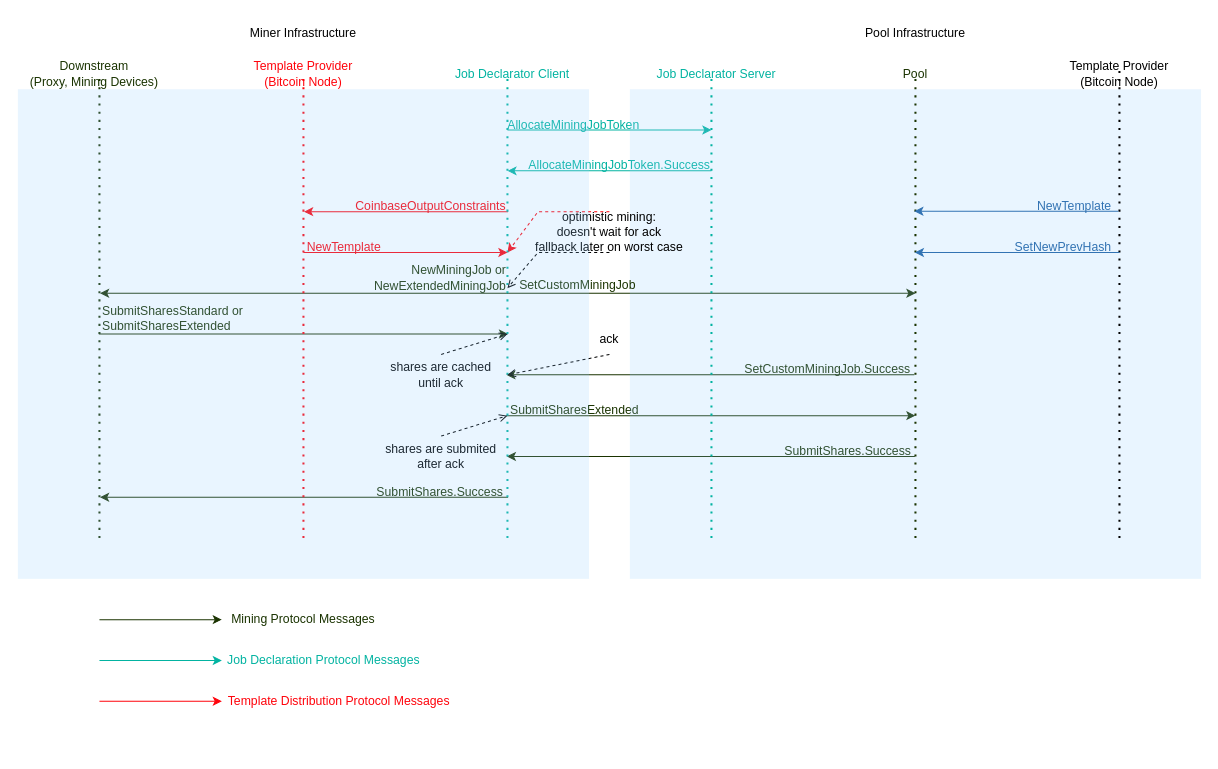
This is img/drawio/jd_coinbase_mode.drawio.xml from stratum-mining/sv2-spec, a draw.io file, before an edit. Source tidied: cells renumbered, new cells numbered last; positions are measured from the earlier drawing's top-left corner, leaving out a move shared by most shapes. Both pictures are drawn from the tidied source at 102%, with x=0, y=0 at pixel (17, 17).
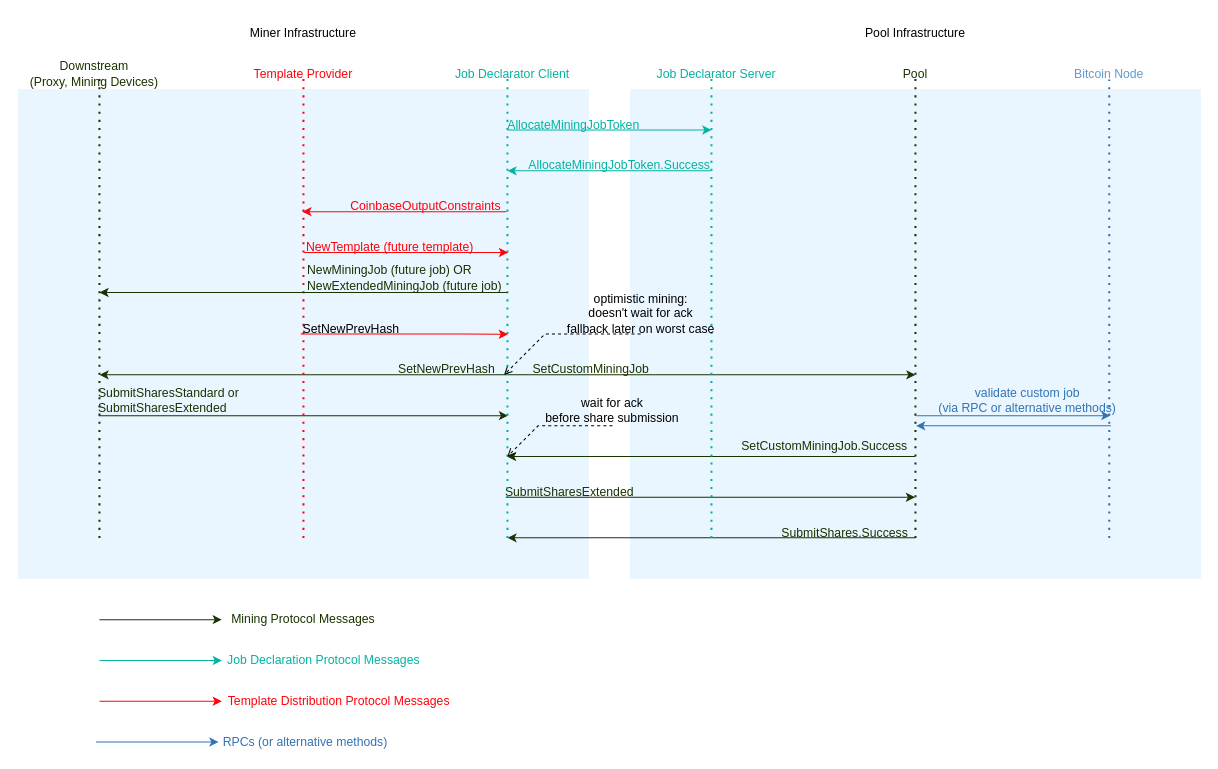
Above is the later version.

Commit message (it also covers changes not shown here):
redraw Job Declaration diagrams for protocol accuracy

What changed in the source:
```diff
@@
+    <mxCell id="37" style="rounded=0;whiteSpace=wrap;html=1;opacity=20;fillColor=#91CCFF;strokeColor=none;" parent="1" vertex="1">
+      <mxGeometry x="600" y="70" width="560" height="480" as="geometry" />
+    </mxCell>
+    <mxCell id="57" style="rounded=0;whiteSpace=wrap;html=1;opacity=20;fillColor=#91CCFF;strokeColor=none;" parent="1" vertex="1">
+      <mxGeometry y="70" width="560" height="480" as="geometry" />
+    </mxCell>
@@
-    <mxCell id="3" value="&lt;font color=&quot;#ff030b&quot;&gt;Template Provider&lt;/font&gt;&lt;div&gt;&lt;font color=&quot;#ff030b&quot;&gt;(Bitcoin Node)&lt;/font&gt;&lt;/div&gt;" style="text;html=1;align=center;verticalAlign=middle;whiteSpace=wrap;rounded=0;" parent="1" vertex="1">
+    <mxCell id="3" value="&lt;font color=&quot;#ff030b&quot;&gt;Template Provider&lt;/font&gt;" style="text;html=1;align=center;verticalAlign=middle;whiteSpace=wrap;rounded=0;" parent="1" vertex="1">
       <mxGeometry x="210" y="35" width="140" height="40" as="geometry" />
     </mxCell>
@@
-    <mxCell id="7" value="&lt;font style=&quot;color: light-dark(rgb(0, 0, 0), rgb(255, 142, 149));&quot;&gt;Template Provider&lt;/font&gt;&lt;div&gt;&lt;font style=&quot;color: light-dark(rgb(0, 0, 0), rgb(255, 142, 149));&quot;&gt;(Bitcoin Node)&lt;/font&gt;&lt;/div&gt;" style="text;html=1;align=center;verticalAlign=middle;whiteSpace=wrap;rounded=0;" parent="1" vertex="1">
-      <mxGeometry x="1020" y="40" width="120" height="30" as="geometry" />
-    </mxCell>
     <mxCell id="8" style="endArrow=classic;html=1;rounded=0;strokeColor=#FF030B;" parent="1" edge="1">
       <mxGeometry relative="1" as="geometry">
-        <mxPoint x="480.6" y="190" as="sourcePoint" />
-        <mxPoint x="280.6" y="190" as="targetPoint" />
+        <mxPoint x="478.9" y="190" as="sourcePoint" />
+        <mxPoint x="278.9" y="190" as="targetPoint" />
       </mxGeometry>
     </mxCell>
     <mxCell id="9" value="&lt;font color=&quot;#ff030b&quot;&gt;CoinbaseOutputConstraints&lt;/font&gt;" style="text;html=1;align=center;verticalAlign=middle;whiteSpace=wrap;rounded=0;" parent="1" vertex="1">
-      <mxGeometry x="335" y="170" width="140" height="30" as="geometry" />
+      <mxGeometry x="330" y="170" width="140" height="30" as="geometry" />
     </mxCell>
-    <mxCell id="10" style="endArrow=classic;html=1;rounded=0;strokeColor=#02B3A1;" parent="1" edge="1">
-      <mxGeometry relative="1" as="geometry">
-        <mxPoint x="480" y="110" as="sourcePoint" />
-        <mxPoint x="680" y="110" as="targetPoint" />
-      </mxGeometry>
-    </mxCell>
-    <mxCell id="11" value="&lt;font color=&quot;#02b3a1&quot;&gt;AllocateMiningJobToken&lt;/font&gt;" style="text;html=1;align=center;verticalAlign=middle;whiteSpace=wrap;rounded=0;" parent="1" vertex="1">
-      <mxGeometry x="470" y="90" width="150" height="30" as="geometry" />
-    </mxCell>
-    <mxCell id="12" style="endArrow=classic;html=1;rounded=0;strokeColor=#02B3A1;" parent="1" edge="1">
-      <mxGeometry relative="1" as="geometry">
-        <mxPoint x="680" y="150" as="sourcePoint" />
-        <mxPoint x="480" y="150" as="targetPoint" />
-      </mxGeometry>
-    </mxCell>
-    <mxCell id="13" value="&lt;font color=&quot;#02b3a1&quot;&gt;AllocateMiningJobToken.Success&lt;/font&gt;" style="text;html=1;align=center;verticalAlign=middle;whiteSpace=wrap;rounded=0;" parent="1" vertex="1">
-      <mxGeometry x="500" y="130" width="180" height="30" as="geometry" />
-    </mxCell>
-    <mxCell id="14" style="endArrow=classic;html=1;rounded=0;strokeColor=light-dark(#FF030B,#FFFFFF);dashed=1;exitX=0.5;exitY=0;exitDx=0;exitDy=0;" parent="1" edge="1" source="45">
-      <mxGeometry relative="1" as="geometry">
-        <mxPoint x="480" y="230" as="targetPoint" />
-        <Array as="points">
-          <mxPoint x="510" y="190" />
-        </Array>
-      </mxGeometry>
-    </mxCell>
-    <mxCell id="15" value="&lt;font color=&quot;#ff030b&quot;&gt;NewTemplate&lt;/font&gt;" style="text;html=1;align=center;verticalAlign=middle;whiteSpace=wrap;rounded=0;" parent="1" vertex="1">
-      <mxGeometry x="280" y="210" width="80" height="30" as="geometry" />
+    <mxCell id="15" value="&lt;font color=&quot;#ff030b&quot;&gt;NewTemplate (future template)&lt;/font&gt;" style="text;html=1;align=center;verticalAlign=middle;whiteSpace=wrap;rounded=0;" parent="1" vertex="1">
+      <mxGeometry x="275" y="210" width="180" height="30" as="geometry" />
     </mxCell>
     <mxCell id="16" style="endArrow=classic;html=1;rounded=0;strokeColor=#1A3300;" parent="1" edge="1">
       <mxGeometry relative="1" as="geometry">
-        <mxPoint x="480" y="270" as="sourcePoint" />
-        <mxPoint x="880" y="270" as="targetPoint" />
+        <mxPoint x="475.6" y="350" as="sourcePoint" />
+        <mxPoint x="880" y="350" as="targetPoint" />
       </mxGeometry>
     </mxCell>
     <mxCell id="17" style="endArrow=classic;html=1;rounded=0;strokeColor=#1A3300;" parent="1" edge="1">
       <mxGeometry relative="1" as="geometry">
-        <mxPoint x="878.9" y="350" as="sourcePoint" />
-        <mxPoint x="478.9" y="350" as="targetPoint" />
+        <mxPoint x="879.6" y="430" as="sourcePoint" />
+        <mxPoint x="479.6" y="430" as="targetPoint" />
       </mxGeometry>
     </mxCell>
     <mxCell id="18" value="&lt;font color=&quot;#1a3300&quot;&gt;SetCustomMiningJob.Success&lt;/font&gt;" style="text;html=1;align=center;verticalAlign=middle;whiteSpace=wrap;rounded=0;" parent="1" vertex="1">
-      <mxGeometry x="708.9" y="330" width="170" height="30" as="geometry" />
+      <mxGeometry x="705.6" y="405" width="170" height="30" as="geometry" />
     </mxCell>
     <mxCell id="19" style="endArrow=classic;html=1;rounded=0;strokeColor=#1A3300;" parent="1" edge="1">
       <mxGeometry relative="1" as="geometry">
-        <mxPoint x="480.6" y="270" as="sourcePoint" />
-        <mxPoint x="80.6" y="270" as="targetPoint" />
+        <mxPoint x="475.6" y="350" as="sourcePoint" />
+        <mxPoint x="80" y="350" as="targetPoint" />
       </mxGeometry>
     </mxCell>
-    <mxCell id="20" value="&lt;font color=&quot;#1a3300&quot;&gt;NewMiningJob or&lt;/font&gt;&lt;div&gt;&lt;font color=&quot;#1a3300&quot;&gt;NewExtendedMiningJob&lt;/font&gt;&lt;/div&gt;" style="text;html=1;align=right;verticalAlign=middle;whiteSpace=wrap;rounded=0;" parent="1" vertex="1">
-      <mxGeometry x="270.6" y="240" width="210" height="30" as="geometry" />
+    <mxCell id="20" value="&lt;div&gt;&lt;font color=&quot;#1a3300&quot;&gt;SetNewPrevHash&lt;/font&gt;&lt;/div&gt;" style="text;html=1;align=right;verticalAlign=middle;whiteSpace=wrap;rounded=0;" parent="1" vertex="1">
+      <mxGeometry x="260" y="330" width="210" height="30" as="geometry" />
     </mxCell>
     <mxCell id="21" style="endArrow=classic;html=1;rounded=0;strokeColor=#1A3300;" parent="1" edge="1">
       <mxGeometry relative="1" as="geometry">
-        <mxPoint x="79.4" y="310" as="sourcePoint" />
-        <mxPoint x="480.6" y="310" as="targetPoint" />
+        <mxPoint x="79.4" y="390" as="sourcePoint" />
+        <mxPoint x="480.6" y="390" as="targetPoint" />
       </mxGeometry>
     </mxCell>
     <mxCell id="22" value="&lt;font color=&quot;#1a3300&quot;&gt;SubmitSharesStandard or&lt;/font&gt;&lt;div&gt;&lt;font color=&quot;#1a3300&quot;&gt;SubmitSharesExtended&lt;/font&gt;&lt;/div&gt;" style="text;html=1;align=left;verticalAlign=middle;whiteSpace=wrap;rounded=0;" parent="1" vertex="1">
-      <mxGeometry x="80.6" y="280" width="200" height="30" as="geometry" />
+      <mxGeometry x="76.7" y="360" width="200" height="30" as="geometry" />
     </mxCell>
     <mxCell id="23" style="endArrow=classic;html=1;rounded=0;strokeColor=#1A3300;" parent="1" edge="1">
       <mxGeometry relative="1" as="geometry">
-        <mxPoint x="478.9" y="390" as="sourcePoint" />
-        <mxPoint x="880" y="390" as="targetPoint" />
+        <mxPoint x="478.4" y="470" as="sourcePoint" />
+        <mxPoint x="879.6" y="470" as="targetPoint" />
       </mxGeometry>
     </mxCell>
     <mxCell id="24" value="&lt;div&gt;&lt;font color=&quot;#1a3300&quot;&gt;SubmitSharesExtended&lt;/font&gt;&lt;/div&gt;" style="text;html=1;align=left;verticalAlign=middle;whiteSpace=wrap;rounded=0;" parent="1" vertex="1">
-      <mxGeometry x="480.6" y="370" width="170" height="30" as="geometry" />
+      <mxGeometry x="476.1" y="450" width="170" height="30" as="geometry" />
     </mxCell>
     <mxCell id="25" style="endArrow=classic;html=1;rounded=0;strokeColor=#1A3300;" parent="1" edge="1">
       <mxGeometry relative="1" as="geometry">
-        <mxPoint x="879.4" y="430" as="sourcePoint" />
-        <mxPoint x="479.4" y="430" as="targetPoint" />
+        <mxPoint x="880" y="509.8" as="sourcePoint" />
+        <mxPoint x="480" y="509.8" as="targetPoint" />
       </mxGeometry>
     </mxCell>
     <mxCell id="26" value="&lt;font color=&quot;#1a3300&quot;&gt;SubmitShares.Success&lt;/font&gt;" style="text;html=1;align=center;verticalAlign=middle;whiteSpace=wrap;rounded=0;" parent="1" vertex="1">
-      <mxGeometry x="749.4" y="410" width="130" height="30" as="geometry" />
+      <mxGeometry x="745.6" y="490" width="130" height="30" as="geometry" />
     </mxCell>
-    <mxCell id="27" style="endArrow=classic;html=1;rounded=0;strokeColor=#1A3300;" parent="1" edge="1">
-      <mxGeometry relative="1" as="geometry">
-        <mxPoint x="480.6" y="470" as="sourcePoint" />
-        <mxPoint x="80.6" y="470" as="targetPoint" />
-      </mxGeometry>
-    </mxCell>
-    <mxCell id="28" value="&lt;font color=&quot;#1a3300&quot;&gt;SubmitShares.Success&lt;/font&gt;" style="text;html=1;align=center;verticalAlign=middle;whiteSpace=wrap;rounded=0;" parent="1" vertex="1">
-      <mxGeometry x="348.9" y="450" width="130" height="30" as="geometry" />
-    </mxCell>
@@
-    <mxCell id="37" style="rounded=0;whiteSpace=wrap;html=1;opacity=20;fillColor=#91CCFF;strokeColor=none;" parent="1" vertex="1">
-      <mxGeometry x="600" y="70" width="560" height="480" as="geometry" />
-    </mxCell>
@@
-    <mxCell id="43" style="endArrow=none;dashed=1;html=1;dashPattern=1 3;strokeWidth=2;rounded=0;strokeColor=light-dark(#000000,#FF8E95);" parent="1" edge="1">
-      <mxGeometry relative="1" as="geometry">
-        <mxPoint x="1080" y="510" as="sourcePoint" />
-        <mxPoint x="1080" y="50" as="targetPoint" />
-      </mxGeometry>
-    </mxCell>
     <mxCell id="44" style="rounded=0;jettySize=auto;html=1;exitX=0.5;exitY=1;exitDx=0;exitDy=0;dashed=1;endArrow=open;endFill=0;" parent="1" edge="1" source="45">
       <mxGeometry relative="1" as="geometry">
-        <mxPoint x="480" y="265" as="targetPoint" />
+        <mxPoint x="476.7" y="350" as="targetPoint" />
         <Array as="points">
-          <mxPoint x="510" y="230" />
+          <mxPoint x="516.7" y="310" />
         </Array>
       </mxGeometry>
     </mxCell>
     <mxCell id="45" value="optimistic mining:&lt;div&gt;doesn't wait for ack&lt;/div&gt;&lt;div&gt;fallback later on worst case&lt;/div&gt;" style="text;html=1;align=center;verticalAlign=middle;whiteSpace=wrap;rounded=0;" parent="1" vertex="1">
-      <mxGeometry x="445" y="190" width="270" height="40" as="geometry" />
+      <mxGeometry x="475.6" y="270" width="270" height="40" as="geometry" />
     </mxCell>
-    <mxCell id="46" style="rounded=0;jettySize=auto;html=1;exitX=0.5;exitY=0;exitDx=0;exitDy=0;entryX=0;entryY=0.5;entryDx=0;entryDy=0;dashed=1;endArrow=open;endFill=0;" parent="1" edge="1" source="47">
-      <mxGeometry relative="1" as="geometry">
-        <mxPoint x="480" y="310" as="targetPoint" />
-      </mxGeometry>
-    </mxCell>
-    <mxCell id="47" value="shares are cached&lt;div&gt;until ack&lt;/div&gt;" style="text;html=1;align=center;verticalAlign=middle;whiteSpace=wrap;rounded=0;" parent="1" vertex="1">
-      <mxGeometry x="280" y="330" width="270" height="40" as="geometry" />
-    </mxCell>
-    <mxCell id="48" style="rounded=0;jettySize=auto;html=1;exitX=0.5;exitY=1;exitDx=0;exitDy=0;dashed=1;endArrow=open;endFill=0;entryX=0.741;entryY=0.5;entryDx=0;entryDy=0;entryPerimeter=0;" parent="1" edge="1" source="49" target="47">
-      <mxGeometry relative="1" as="geometry" />
-    </mxCell>
-    <mxCell id="49" value="ack" style="text;html=1;align=center;verticalAlign=middle;whiteSpace=wrap;rounded=0;" parent="1" vertex="1">
-      <mxGeometry x="500" y="300" width="160" height="30" as="geometry" />
-    </mxCell>
-    <mxCell id="50" style="rounded=0;jettySize=auto;html=1;exitX=0.5;exitY=0;exitDx=0;exitDy=0;entryX=0;entryY=0.5;entryDx=0;entryDy=0;dashed=1;endArrow=open;endFill=0;" parent="1" edge="1" source="51">
-      <mxGeometry relative="1" as="geometry">
-        <mxPoint x="480" y="390" as="targetPoint" />
-      </mxGeometry>
-    </mxCell>
-    <mxCell id="51" value="shares are submited&lt;div&gt;after ack&lt;/div&gt;" style="text;html=1;align=center;verticalAlign=middle;whiteSpace=wrap;rounded=0;" parent="1" vertex="1">
-      <mxGeometry x="280" y="410" width="270" height="40" as="geometry" />
-    </mxCell>
     <mxCell id="52" value="&lt;font color=&quot;#1a3300&quot;&gt;SetCustomMiningJob&lt;/font&gt;" style="text;html=1;align=center;verticalAlign=middle;whiteSpace=wrap;rounded=0;" parent="1" vertex="1">
-      <mxGeometry x="479" y="247" width="140" height="30" as="geometry" />
+      <mxGeometry x="492.3" y="330" width="140" height="30" as="geometry" />
     </mxCell>
-    <mxCell id="53" style="endArrow=classic;html=1;rounded=0;strokeColor=light-dark(#3273B3,#FF8E95);" parent="1" edge="1">
-      <mxGeometry relative="1" as="geometry">
-        <mxPoint x="1078.9" y="189.6" as="sourcePoint" />
-        <mxPoint x="878.9" y="189.6" as="targetPoint" />
-      </mxGeometry>
-    </mxCell>
-    <mxCell id="54" value="&lt;font style=&quot;color: light-dark(rgb(50, 115, 179), rgb(255, 142, 149));&quot;&gt;NewTemplate&lt;/font&gt;" style="text;html=1;align=center;verticalAlign=middle;whiteSpace=wrap;rounded=0;" parent="1" vertex="1">
-      <mxGeometry x="990.6" y="170" width="90" height="30" as="geometry" />
-    </mxCell>
     <mxCell id="55" style="endArrow=classic;html=1;rounded=0;strokeColor=#FF030B;" parent="1" edge="1">
       <mxGeometry relative="1" as="geometry">
-        <mxPoint x="280" y="230" as="sourcePoint" />
-        <mxPoint x="480" y="230" as="targetPoint" />
+        <mxPoint x="280.6" y="230" as="sourcePoint" />
+        <mxPoint x="480.6" y="230" as="targetPoint" />
       </mxGeometry>
     </mxCell>
-    <mxCell id="56" style="endArrow=classic;html=1;rounded=0;strokeColor=light-dark(#3273B3,#FF8E95);" parent="1" edge="1">
-      <mxGeometry relative="1" as="geometry">
-        <mxPoint x="1080" y="230" as="sourcePoint" />
-        <mxPoint x="879.4" y="230" as="targetPoint" />
-      </mxGeometry>
-    </mxCell>
-    <mxCell id="57" style="rounded=0;whiteSpace=wrap;html=1;opacity=20;fillColor=#91CCFF;strokeColor=none;" parent="1" vertex="1">
-      <mxGeometry y="70" width="560" height="480" as="geometry" />
-    </mxCell>
+    <mxCell id="59" style="endArrow=none;dashed=1;html=1;dashPattern=1 3;strokeWidth=2;rounded=0;strokeColor=light-dark(#3273B3,#629AD1);" parent="1" edge="1">
+      <mxGeometry relative="1" as="geometry">
+        <mxPoint x="1070" y="510" as="sourcePoint" />
+        <mxPoint x="1070" y="60.5" as="targetPoint" />
+      </mxGeometry>
+    </mxCell>
+    <mxCell id="60" value="&lt;br&gt;&lt;div&gt;&lt;font style=&quot;color: light-dark(rgb(98, 154, 209), rgb(98, 154, 209));&quot;&gt;Bitcoin Node&lt;/font&gt;&lt;/div&gt;" style="text;html=1;align=center;verticalAlign=middle;whiteSpace=wrap;rounded=0;strokeColor=none;" parent="1" vertex="1">
+      <mxGeometry x="1000" y="27" width="140" height="40" as="geometry" />
+    </mxCell>
+    <mxCell id="61" style="endArrow=classic;html=1;rounded=0;strokeColor=#3273B3;" parent="1" edge="1">
+      <mxGeometry relative="1" as="geometry">
+        <mxPoint x="881.1" y="390" as="sourcePoint" />
+        <mxPoint x="1071.1" y="390" as="targetPoint" />
+      </mxGeometry>
+    </mxCell>
+    <mxCell id="62" style="endArrow=classic;html=1;rounded=0;strokeColor=#3273B3;" parent="1" edge="1">
+      <mxGeometry relative="1" as="geometry">
+        <mxPoint x="1071.7" y="400" as="sourcePoint" />
+        <mxPoint x="880.6" y="400" as="targetPoint" />
+      </mxGeometry>
+    </mxCell>
+    <mxCell id="63" value="&lt;font color=&quot;#3273b3&quot;&gt;validate custom job&lt;br&gt;(via RPC or alternative methods)&lt;/font&gt;" style="text;html=1;align=center;verticalAlign=middle;whiteSpace=wrap;rounded=0;" parent="1" vertex="1">
+      <mxGeometry x="890" y="360" width="200" height="30" as="geometry" />
+    </mxCell>
-    <mxCell id="58" value="&lt;font style=&quot;color: light-dark(rgb(50, 115, 179), rgb(255, 142, 149));&quot;&gt;SetNewPrevHash&lt;/font&gt;" style="text;html=1;align=center;verticalAlign=middle;whiteSpace=wrap;rounded=0;" parent="1" vertex="1">
-      <mxGeometry x="980" y="210" width="90" height="30" as="geometry" />
+    <mxCell id="58" value="&lt;span style=&quot;color: light-dark(rgb(0, 0, 0), rgb(255, 142, 149));&quot;&gt;SetNewPrevHash&lt;/span&gt;" style="text;html=1;align=center;verticalAlign=middle;whiteSpace=wrap;rounded=0;" parent="1" vertex="1">
+      <mxGeometry x="286.7" y="290" width="80" height="30" as="geometry" />
     </mxCell>
+    <mxCell id="64" style="endArrow=classic;html=1;rounded=0;strokeColor=#FF030B;entryX=0.018;entryY=1.005;entryDx=0;entryDy=0;entryPerimeter=0;" parent="1" edge="1" target="45">
+      <mxGeometry relative="1" as="geometry">
+        <mxPoint x="277.3" y="310" as="sourcePoint" />
+        <Array as="points">
+          <mxPoint x="436.7" y="310" />
+        </Array>
+      </mxGeometry>
+    </mxCell>
+    <mxCell id="65" style="group;" parent="1" vertex="1">
+      <mxGeometry x="470" y="90" width="210" height="70" as="geometry" />
+    </mxCell>
+    <mxCell id="10" style="endArrow=classic;html=1;rounded=0;strokeColor=#02B3A1;" parent="65" edge="1">
+      <mxGeometry relative="1" as="geometry">
+        <mxPoint x="10" y="20" as="sourcePoint" />
+        <mxPoint x="210" y="20" as="targetPoint" />
+      </mxGeometry>
+    </mxCell>
+    <mxCell id="11" value="&lt;font color=&quot;#02b3a1&quot;&gt;AllocateMiningJobToken&lt;/font&gt;" style="text;html=1;align=center;verticalAlign=middle;whiteSpace=wrap;rounded=0;" parent="65" vertex="1">
+      <mxGeometry width="150" height="30" as="geometry" />
+    </mxCell>
+    <mxCell id="12" style="endArrow=classic;html=1;rounded=0;strokeColor=#02B3A1;" parent="65" edge="1">
+      <mxGeometry relative="1" as="geometry">
+        <mxPoint x="210" y="60" as="sourcePoint" />
+        <mxPoint x="10" y="60" as="targetPoint" />
+      </mxGeometry>
+    </mxCell>
+    <mxCell id="13" value="&lt;font color=&quot;#02b3a1&quot;&gt;AllocateMiningJobToken.Success&lt;/font&gt;" style="text;html=1;align=center;verticalAlign=middle;whiteSpace=wrap;rounded=0;" parent="65" vertex="1">
+      <mxGeometry x="30" y="40" width="180" height="30" as="geometry" />
+    </mxCell>
+    <mxCell id="66" style="endArrow=classic;html=1;rounded=0;strokeColor=#1A3300;" parent="1" edge="1">
+      <mxGeometry relative="1" as="geometry">
+        <mxPoint x="480" y="269.2" as="sourcePoint" />
+        <mxPoint x="80" y="269.2" as="targetPoint" />
+      </mxGeometry>
+    </mxCell>
+    <mxCell id="67" value="&lt;div align=&quot;left&quot;&gt;&lt;font color=&quot;#1a3300&quot;&gt;NewMiningJob (future job) OR&lt;/font&gt;&lt;div&gt;&lt;font color=&quot;#1a3300&quot;&gt;NewExtendedMiningJob (future job)&lt;/font&gt;&lt;/div&gt;&lt;/div&gt;" style="text;html=1;align=left;verticalAlign=middle;whiteSpace=wrap;rounded=0;" parent="1" vertex="1">
+      <mxGeometry x="282.3" y="240" width="210" height="30" as="geometry" />
+    </mxCell>
+    <mxCell id="68" style="endArrow=classic;html=1;rounded=0;strokeColor=#3273B3;" parent="1" edge="1">
+      <mxGeometry relative="1" as="geometry">
+        <mxPoint x="76.7" y="710" as="sourcePoint" />
+        <mxPoint x="196.7" y="710" as="targetPoint" />
+      </mxGeometry>
+    </mxCell>
+    <mxCell id="69" value="&lt;font color=&quot;#3273b3&quot;&gt;RPCs (or alternative methods)&lt;/font&gt;" style="text;html=1;align=center;verticalAlign=middle;whiteSpace=wrap;rounded=0;" parent="1" vertex="1">
+      <mxGeometry x="196.7" y="700" width="170" height="20" as="geometry" />
+    </mxCell>
+    <mxCell id="70" style="rounded=0;jettySize=auto;html=1;dashed=1;endArrow=open;endFill=0;exitX=0.5;exitY=1;exitDx=0;exitDy=0;" parent="1" edge="1" source="71">
+      <mxGeometry relative="1" as="geometry">
+        <mxPoint x="480" y="430" as="targetPoint" />
+        <Array as="points">
+          <mxPoint x="510" y="400" />
+        </Array>
+      </mxGeometry>
+    </mxCell>
+    <mxCell id="71" value="wait for ack&lt;div&gt;before share submission&lt;/div&gt;" style="text;html=1;align=center;verticalAlign=middle;whiteSpace=wrap;rounded=0;" parent="1" vertex="1">
+      <mxGeometry x="503" y="370" width="160" height="30" as="geometry" />
+    </mxCell>
```
